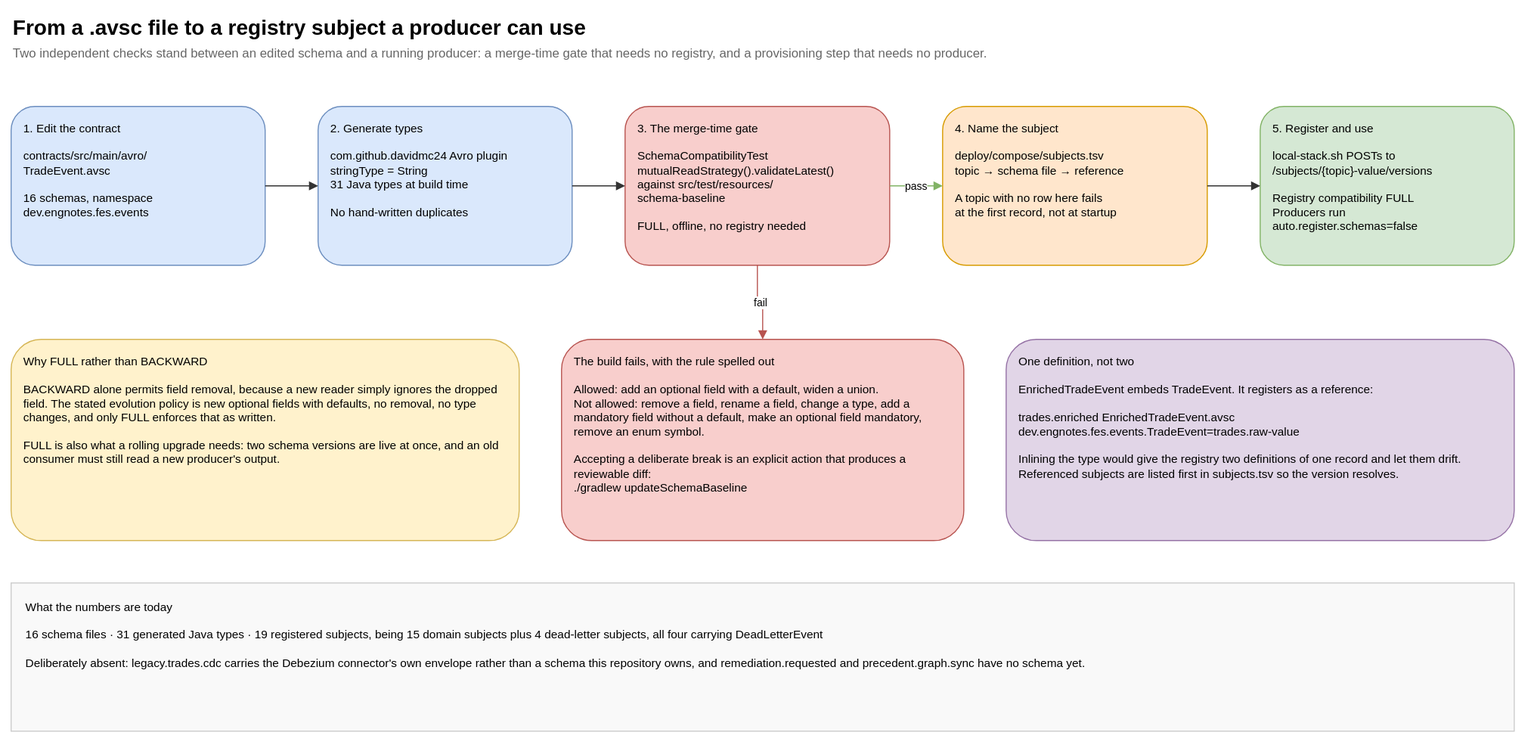
salgotraja/financial-event-streaming-platform keeps this draw.io diagram as guide/docs/diagrams/schema-pipeline.svg. Above is the earlier version. Source tidied: cells renumbered, new cells last; positions are measured from the earlier drawing's top-left corner, leaving out a move shared by most shapes.
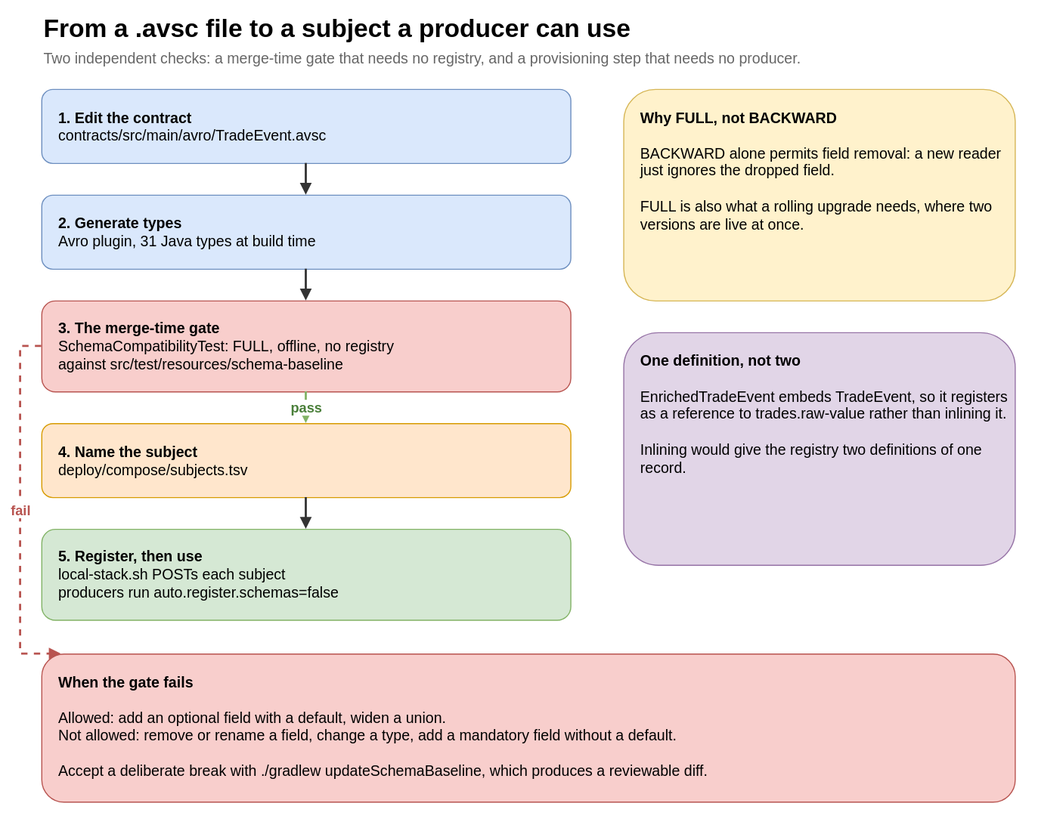
The same file after the commit.

Diff of the diagram source:
```diff
@@ -2,53 +2,55 @@
   <root>
     <mxCell id="0" />
     <mxCell id="1" parent="0" />
-    <mxCell id="2" value="From a .avsc file to a registry subject a producer can use" style="text;html=1;strokeColor=none;fillColor=none;align=left;verticalAlign=middle;fontSize=20;fontStyle=1;" parent="1" vertex="1">
-      <mxGeometry width="900" height="30" as="geometry" />
+    <mxCell id="2" value="From a .avsc file to a subject a producer can use" style="text;html=1;strokeColor=none;fillColor=none;align=left;verticalAlign=middle;fontSize=24;fontStyle=1;" parent="1" vertex="1">
+      <mxGeometry x="-10" y="2" width="900" height="34" as="geometry" />
     </mxCell>
-    <mxCell id="3" value="Two independent checks stand between an edited schema and a running producer: a merge-time gate that needs no registry, and a provisioning step that needs no producer." style="text;html=1;strokeColor=none;fillColor=none;align=left;verticalAlign=middle;fontSize=12;fontColor=#666666;" parent="1" vertex="1">
-      <mxGeometry y="30" width="1300" height="20" as="geometry" />
+    <mxCell id="3" value="Two independent checks: a merge-time gate that needs no registry, and a provisioning step that needs no producer." style="text;html=1;strokeColor=none;fillColor=none;align=left;verticalAlign=middle;fontSize=14;fontColor=#666666;" parent="1" vertex="1">
+      <mxGeometry x="-10" y="36" width="920" height="22" as="geometry" />
     </mxCell>
-    <mxCell id="4" value="1. Edit the contract&#10;&#10;contracts/src/main/avro/&#10;TradeEvent.avsc&#10;&#10;16 schemas, namespace&#10;dev.engnotes.fes.events" style="rounded=1;whiteSpace=wrap;html=1;fillColor=#dae8fc;strokeColor=#6c8ebf;fontSize=11;align=left;spacingLeft=10;verticalAlign=top;spacingTop=8;" parent="1" vertex="1">
-      <mxGeometry y="90" width="240" height="150" as="geometry" />
+    <mxCell id="4" value="&lt;b&gt;1. Edit the contract&lt;/b&gt;&lt;br&gt;contracts/src/main/avro/TradeEvent.avsc" style="rounded=1;whiteSpace=wrap;html=1;fillColor=#dae8fc;strokeColor=#6c8ebf;fontSize=14;align=left;spacingLeft=14;verticalAlign=middle;" parent="1" vertex="1">
+      <mxGeometry x="-10" y="76" width="500" height="70" as="geometry" />
     </mxCell>
-    <mxCell id="5" value="2. Generate types&#10;&#10;com.github.davidmc24 Avro plugin&#10;stringType = String&#10;31 Java types at build time&#10;&#10;No hand-written duplicates" style="rounded=1;whiteSpace=wrap;html=1;fillColor=#dae8fc;strokeColor=#6c8ebf;fontSize=11;align=left;spacingLeft=10;verticalAlign=top;spacingTop=8;" parent="1" vertex="1">
-      <mxGeometry x="290" y="90" width="240" height="150" as="geometry" />
+    <mxCell id="5" value="&lt;b&gt;2. Generate types&lt;/b&gt;&lt;br&gt;Avro plugin, 31 Java types at build time" style="rounded=1;whiteSpace=wrap;html=1;fillColor=#dae8fc;strokeColor=#6c8ebf;fontSize=14;align=left;spacingLeft=14;verticalAlign=middle;" parent="1" vertex="1">
+      <mxGeometry x="-10" y="176" width="500" height="70" as="geometry" />
     </mxCell>
-    <mxCell id="6" value="3. The merge-time gate&#10;&#10;SchemaCompatibilityTest&#10;mutualReadStrategy().validateLatest()&#10;against src/test/resources/&#10;schema-baseline&#10;&#10;FULL, offline, no registry needed" style="rounded=1;whiteSpace=wrap;html=1;fillColor=#f8cecc;strokeColor=#b85450;fontSize=11;align=left;spacingLeft=10;verticalAlign=top;spacingTop=8;" parent="1" vertex="1">
-      <mxGeometry x="580" y="90" width="250" height="150" as="geometry" />
+    <mxCell id="6" value="&lt;b&gt;3. The merge-time gate&lt;/b&gt;&lt;br&gt;SchemaCompatibilityTest: FULL, offline, no registry&lt;br&gt;against src/test/resources/schema-baseline" style="rounded=1;whiteSpace=wrap;html=1;fillColor=#f8cecc;strokeColor=#b85450;fontSize=14;align=left;spacingLeft=14;verticalAlign=middle;" parent="1" vertex="1">
+      <mxGeometry x="-10" y="276" width="500" height="86" as="geometry" />
     </mxCell>
-    <mxCell id="7" value="4. Name the subject&#10;&#10;deploy/compose/subjects.tsv&#10;topic → schema file → reference&#10;&#10;A topic with no row here fails&#10;at the first record, not at startup" style="rounded=1;whiteSpace=wrap;html=1;fillColor=#ffe6cc;strokeColor=#d79b00;fontSize=11;align=left;spacingLeft=10;verticalAlign=top;spacingTop=8;" parent="1" vertex="1">
-      <mxGeometry x="880" y="90" width="250" height="150" as="geometry" />
+    <mxCell id="7" value="&lt;b&gt;4. Name the subject&lt;/b&gt;&lt;br&gt;deploy/compose/subjects.tsv" style="rounded=1;whiteSpace=wrap;html=1;fillColor=#ffe6cc;strokeColor=#d79b00;fontSize=14;align=left;spacingLeft=14;verticalAlign=middle;" parent="1" vertex="1">
+      <mxGeometry x="-10" y="392" width="500" height="70" as="geometry" />
     </mxCell>
-    <mxCell id="8" value="5. Register and use&#10;&#10;local-stack.sh POSTs to&#10;/subjects/{topic}-value/versions&#10;&#10;Registry compatibility FULL&#10;Producers run&#10;auto.register.schemas=false" style="rounded=1;whiteSpace=wrap;html=1;fillColor=#d5e8d4;strokeColor=#82b366;fontSize=11;align=left;spacingLeft=10;verticalAlign=top;spacingTop=8;" parent="1" vertex="1">
-      <mxGeometry x="1180" y="90" width="240" height="150" as="geometry" />
+    <mxCell id="8" value="&lt;b&gt;5. Register, then use&lt;/b&gt;&lt;br&gt;local-stack.sh POSTs each subject&lt;br&gt;producers run auto.register.schemas=false" style="rounded=1;whiteSpace=wrap;html=1;fillColor=#d5e8d4;strokeColor=#82b366;fontSize=14;align=left;spacingLeft=14;verticalAlign=middle;" parent="1" vertex="1">
+      <mxGeometry x="-10" y="492" width="500" height="86" as="geometry" />
     </mxCell>
-    <mxCell id="9" style="edgeStyle=orthogonalEdgeStyle;rounded=0;html=1;strokeColor=#333333;endArrow=block;" parent="1" edge="1" source="4" target="5">
+    <mxCell id="9" style="edgeStyle=orthogonalEdgeStyle;rounded=0;html=1;strokeColor=#333333;endArrow=block;strokeWidth=2;" parent="1" edge="1" source="4" target="5">
       <mxGeometry relative="1" as="geometry" />
     </mxCell>
-    <mxCell id="10" style="edgeStyle=orthogonalEdgeStyle;rounded=0;html=1;strokeColor=#333333;endArrow=block;" parent="1" edge="1" source="5" target="6">
+    <mxCell id="10" style="edgeStyle=orthogonalEdgeStyle;rounded=0;html=1;strokeColor=#333333;endArrow=block;strokeWidth=2;" parent="1" edge="1" source="5" target="6">
       <mxGeometry relative="1" as="geometry" />
     </mxCell>
-    <mxCell id="11" value="pass" style="edgeStyle=orthogonalEdgeStyle;rounded=0;html=1;strokeColor=#82b366;endArrow=block;fontSize=10;" parent="1" edge="1" source="6" target="7">
+    <mxCell id="11" value="pass" style="edgeStyle=orthogonalEdgeStyle;rounded=0;html=1;strokeColor=#82b366;endArrow=block;strokeWidth=2;fontSize=13;fontStyle=1;fontColor=#4a7f3a;" parent="1" edge="1" source="6" target="7">
       <mxGeometry relative="1" as="geometry" />
     </mxCell>
-    <mxCell id="12" style="edgeStyle=orthogonalEdgeStyle;rounded=0;html=1;strokeColor=#333333;endArrow=block;" parent="1" edge="1" source="7" target="8">
+    <mxCell id="12" style="edgeStyle=orthogonalEdgeStyle;rounded=0;html=1;strokeColor=#333333;endArrow=block;strokeWidth=2;" parent="1" edge="1" source="7" target="8">
       <mxGeometry relative="1" as="geometry" />
     </mxCell>
+    <mxCell id="15" value="&lt;b&gt;Why FULL, not BACKWARD&lt;/b&gt;&lt;br&gt;&lt;br&gt;BACKWARD alone permits field removal: a new reader just ignores the dropped field.&lt;br&gt;&lt;br&gt;FULL is also what a rolling upgrade needs, where two versions are live at once." style="rounded=1;whiteSpace=wrap;html=1;fillColor=#fff2cc;strokeColor=#d6b656;fontSize=14;align=left;spacingLeft=14;verticalAlign=top;spacingTop=12;" parent="1" vertex="1">
+      <mxGeometry x="540" y="76" width="370" height="200" as="geometry" />
+    </mxCell>
+    <mxCell id="16" value="&lt;b&gt;One definition, not two&lt;/b&gt;&lt;br&gt;&lt;br&gt;EnrichedTradeEvent embeds TradeEvent, so it registers as a reference to trades.raw-value rather than inlining it.&lt;br&gt;&lt;br&gt;Inlining would give the registry two definitions of one record." style="rounded=1;whiteSpace=wrap;html=1;fillColor=#e1d5e7;strokeColor=#9673a6;fontSize=14;align=left;spacingLeft=14;verticalAlign=top;spacingTop=12;" parent="1" vertex="1">
+      <mxGeometry x="540" y="306" width="370" height="220" as="geometry" />
+    </mxCell>
-    <mxCell id="13" value="The build fails, with the rule spelled out&#10;&#10;Allowed: add an optional field with a default, widen a union.&#10;Not allowed: remove a field, rename a field, change a type, add a mandatory field without a default, make an optional field mandatory, remove an enum symbol.&#10;&#10;Accepting a deliberate break is an explicit action that produces a reviewable diff:&#10;./gradlew updateSchemaBaseline" style="rounded=1;whiteSpace=wrap;html=1;fillColor=#f8cecc;strokeColor=#b85450;fontSize=11;align=left;spacingLeft=10;verticalAlign=top;spacingTop=8;" parent="1" vertex="1">
-      <mxGeometry x="520" y="310" width="380" height="190" as="geometry" />
+    <mxCell id="13" value="&lt;b&gt;When the gate fails&lt;/b&gt;&lt;br&gt;&lt;br&gt;Allowed: add an optional field with a default, widen a union.&lt;br&gt;Not allowed: remove or rename a field, change a type, add a mandatory field without a default.&lt;br&gt;&lt;br&gt;Accept a deliberate break with ./gradlew updateSchemaBaseline, which produces a reviewable diff." style="rounded=1;whiteSpace=wrap;html=1;fillColor=#f8cecc;strokeColor=#b85450;fontSize=14;align=left;spacingLeft=14;verticalAlign=top;spacingTop=12;" parent="1" vertex="1">
+      <mxGeometry x="-10" y="610" width="920" height="140" as="geometry" />
     </mxCell>
-    <mxCell id="14" value="fail" style="edgeStyle=orthogonalEdgeStyle;rounded=0;html=1;strokeColor=#b85450;endArrow=block;fontSize=10;" parent="1" edge="1" source="6" target="13">
-      <mxGeometry relative="1" as="geometry" />
+    <mxCell id="14" value="fail" style="edgeStyle=orthogonalEdgeStyle;rounded=0;html=1;strokeColor=#b85450;endArrow=block;strokeWidth=2;dashed=1;exitX=0;exitY=0.5;exitDx=0;exitDy=0;entryX=0.02;entryY=0;entryDx=0;entryDy=0;fontSize=13;fontStyle=1;fontColor=#b85450;" parent="1" edge="1" source="6" target="13">
+      <mxGeometry relative="1" as="geometry">
+        <Array as="points">
+          <mxPoint x="-30" y="319" />
+          <mxPoint x="-30" y="610" />
+        </Array>
+      </mxGeometry>
     </mxCell>
-    <mxCell id="15" value="Why FULL rather than BACKWARD&#10;&#10;BACKWARD alone permits field removal, because a new reader simply ignores the dropped field. The stated evolution policy is new optional fields with defaults, no removal, no type changes, and only FULL enforces that as written.&#10;&#10;FULL is also what a rolling upgrade needs: two schema versions are live at once, and an old consumer must still read a new producer's output." style="rounded=1;whiteSpace=wrap;html=1;fillColor=#fff2cc;strokeColor=#d6b656;fontSize=11;align=left;spacingLeft=10;verticalAlign=top;spacingTop=8;" parent="1" vertex="1">
-      <mxGeometry y="310" width="480" height="190" as="geometry" />
-    </mxCell>
-    <mxCell id="16" value="One definition, not two&#10;&#10;EnrichedTradeEvent embeds TradeEvent. It registers as a reference:&#10;&#10;trades.enriched  EnrichedTradeEvent.avsc&#10;dev.engnotes.fes.events.TradeEvent=trades.raw-value&#10;&#10;Inlining the type would give the registry two definitions of one record and let them drift. Referenced subjects are listed first in subjects.tsv so the version resolves." style="rounded=1;whiteSpace=wrap;html=1;fillColor=#e1d5e7;strokeColor=#9673a6;fontSize=11;align=left;spacingLeft=10;verticalAlign=top;spacingTop=8;" parent="1" vertex="1">
-      <mxGeometry x="940" y="310" width="480" height="190" as="geometry" />
-    </mxCell>
-    <mxCell id="17" value="What the numbers are today&#10;&#10;16 schema files · 31 generated Java types · 19 registered subjects, being 15 domain subjects plus 4 dead-letter subjects, all four carrying DeadLetterEvent&#10;&#10;Deliberately absent: legacy.trades.cdc carries the Debezium connector's own envelope rather than a schema this repository owns, and remediation.requested and precedent.graph.sync have no schema yet." style="rounded=0;whiteSpace=wrap;html=1;fillColor=#f9f9f9;strokeColor=#cccccc;fontSize=11;align=left;spacingLeft=12;verticalAlign=top;spacingTop=10;" parent="1" vertex="1">
-      <mxGeometry y="540" width="1420" height="140" as="geometry" />
-    </mxCell>
   </root>
 </mxGraphModel>
```
